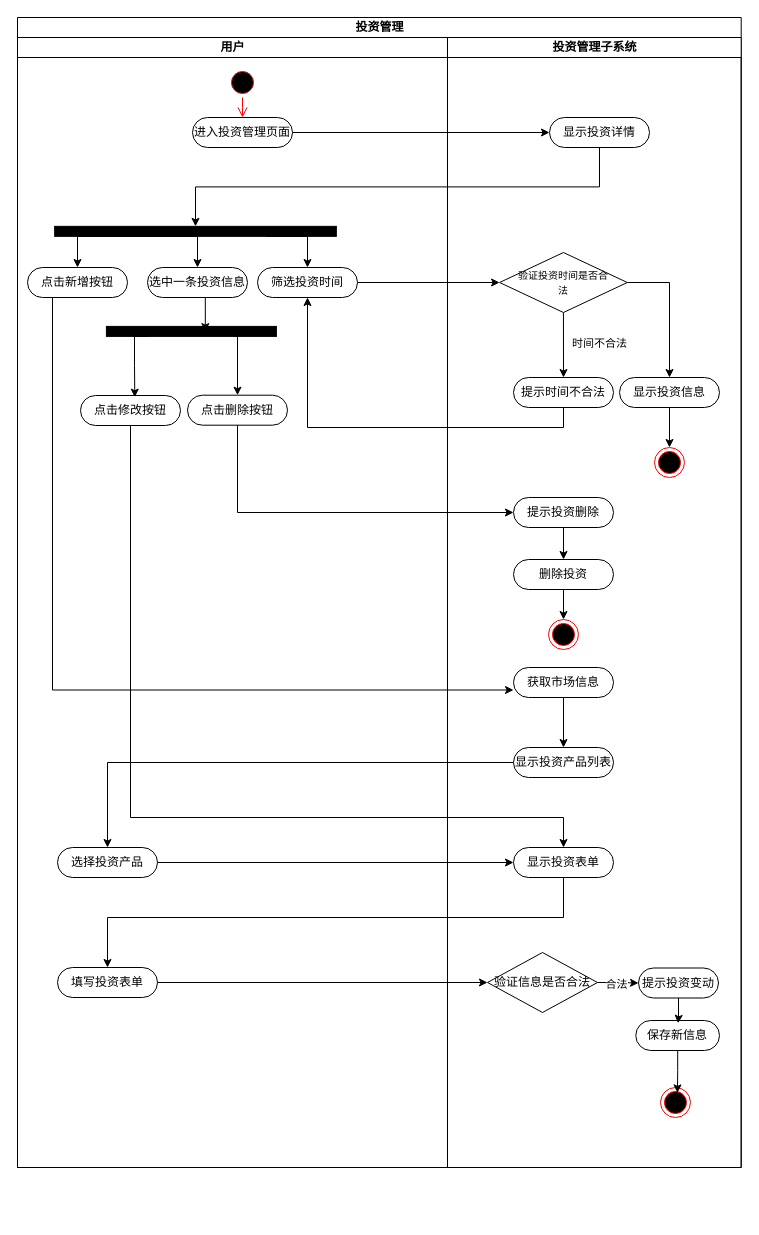
Before: 投资管理活动图.drawio in PomeloLemon/SoftwareDiagrams, a draw.io diagram. Source tidied: cells renumbered, new cells numbered last; positions are measured from the earlier drawing's top-left corner, leaving out a move shared by most shapes. Both pictures are drawn from the tidied source at 100%, with x=0, y=0 at pixel (17, 17).
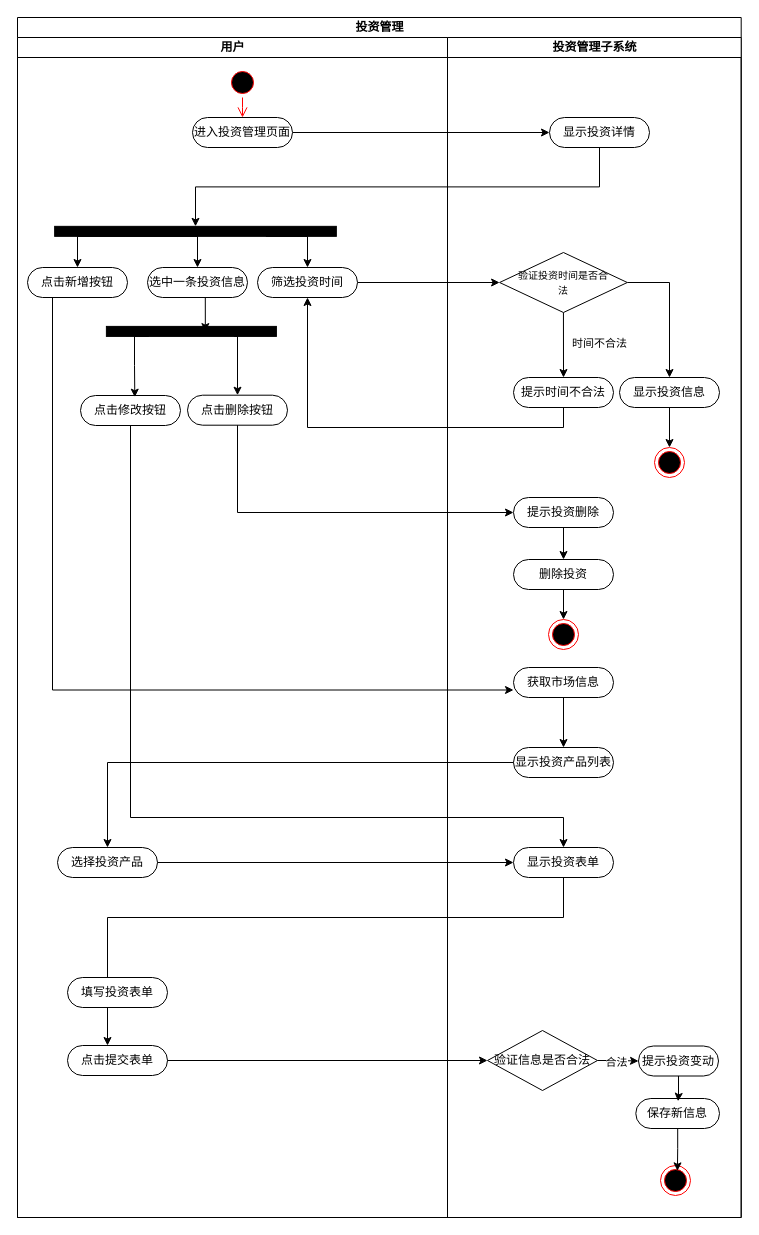
The same page after the edit.

Commit message:
更新投资管理活动图.drawio

The change refers to these unchanged cells:
```xml
<mxCell id="49" value="显示投资表单" style="rounded=1;whiteSpace=wrap;html=1;shadow=0;comic=0;labelBackgroundColor=none;strokeWidth=1;fontFamily=Verdana;fontSize=12;align=center;arcSize=50;" parent="24" vertex="1">
  <mxGeometry x="66" y="810" width="100" height="30" as="geometry" />
</mxCell>
```

Diff of the diagram source:
```diff
@@
     <mxCell id="2" value="投资管理" style="swimlane;startSize=20;html=1;" parent="1" vertex="1">
-      <mxGeometry width="723.7" height="1150" as="geometry" />
+      <mxGeometry width="723.7" height="1200" as="geometry" />
     </mxCell>
@@
     <mxCell id="6" value="用户" style="swimlane;startSize=20;html=1;" parent="2" vertex="1">
-      <mxGeometry y="20" width="430" height="1130" as="geometry" />
+      <mxGeometry y="20" width="430" height="1180" as="geometry" />
     </mxCell>
@@
+    <mxCell id="57" value="点击提交表单" style="rounded=1;whiteSpace=wrap;html=1;shadow=0;comic=0;labelBackgroundColor=none;strokeWidth=1;fontFamily=Verdana;fontSize=12;align=center;arcSize=50;" parent="6" vertex="1">
+      <mxGeometry x="50" y="1008" width="100" height="30" as="geometry" />
+    </mxCell>
     <mxCell id="24" value="投资管理子系统" style="swimlane;startSize=20;html=1;" parent="2" vertex="1">
-      <mxGeometry x="430" y="20" width="293.7" height="1130" as="geometry" />
+      <mxGeometry x="430" y="20" width="293.7" height="1180" as="geometry" />
     </mxCell>
@@
     <mxCell id="41" value="验证信息是否合法" style="rhombus;whiteSpace=wrap;html=1;" parent="24" vertex="1">
-      <mxGeometry x="40" y="915" width="110" height="60" as="geometry" />
+      <mxGeometry x="40" y="993" width="110" height="60" as="geometry" />
     </mxCell>
     <mxCell id="42" value="提示投资变动" style="rounded=1;whiteSpace=wrap;html=1;shadow=0;comic=0;labelBackgroundColor=none;strokeWidth=1;fontFamily=Verdana;fontSize=12;align=center;arcSize=50;" parent="24" vertex="1">
-      <mxGeometry x="191" y="930.5" width="80" height="30" as="geometry" />
+      <mxGeometry x="191" y="1008.5" width="80" height="30" as="geometry" />
     </mxCell>
@@
     <mxCell id="45" value="保存新信息" style="rounded=1;whiteSpace=wrap;html=1;shadow=0;comic=0;labelBackgroundColor=none;strokeWidth=1;fontFamily=Verdana;fontSize=12;align=center;arcSize=50;" parent="24" vertex="1">
-      <mxGeometry x="188.3" y="983" width="83.7" height="30" as="geometry" />
+      <mxGeometry x="188.3" y="1061" width="83.7" height="30" as="geometry" />
     </mxCell>
@@
     <mxCell id="47" style="ellipse;html=1;shape=endState;fillColor=#000000;strokeColor=#ff0000;" parent="24" vertex="1">
-      <mxGeometry x="213" y="1050" width="30" height="30" as="geometry" />
+      <mxGeometry x="213" y="1128" width="30" height="30" as="geometry" />
     </mxCell>
@@
-    <mxCell id="57" value="填写投资表单" style="rounded=1;whiteSpace=wrap;html=1;shadow=0;comic=0;labelBackgroundColor=none;strokeWidth=1;fontFamily=Verdana;fontSize=12;align=center;arcSize=50;" parent="1" vertex="1">
-      <mxGeometry x="40" y="950" width="100" height="30" as="geometry" />
-    </mxCell>
+    <mxCell id="59" style="edgeStyle=orthogonalEdgeStyle;rounded=0;jettySize=auto;html=1;" parent="2" edge="1" source="49" target="57">
+      <mxGeometry relative="1" as="geometry">
+        <Array as="points">
+          <mxPoint x="546" y="900" />
+          <mxPoint x="90" y="900" />
+        </Array>
+      </mxGeometry>
+    </mxCell>
-    <mxCell id="58" style="edgeStyle=orthogonalEdgeStyle;rounded=0;jettySize=auto;html=1;entryX=0;entryY=0.5;entryDx=0;entryDy=0;" parent="1" edge="1" source="57" target="41">
+    <mxCell id="58" style="edgeStyle=orthogonalEdgeStyle;rounded=0;jettySize=auto;html=1;entryX=0;entryY=0.5;entryDx=0;entryDy=0;" parent="2" edge="1" source="57" target="41">
       <mxGeometry relative="1" as="geometry" />
     </mxCell>
-    <mxCell id="59" style="edgeStyle=orthogonalEdgeStyle;rounded=0;jettySize=auto;html=1;" parent="1" edge="1" source="49" target="57">
-      <mxGeometry relative="1" as="geometry">
-        <Array as="points">
-          <mxPoint x="546" y="900" />
-          <mxPoint x="90" y="900" />
-        </Array>
-      </mxGeometry>
-    </mxCell>
+    <mxCell id="60" value="填写投资表单" style="rounded=1;whiteSpace=wrap;html=1;shadow=0;comic=0;labelBackgroundColor=none;strokeWidth=1;fontFamily=Verdana;fontSize=12;align=center;arcSize=50;" parent="1" vertex="1">
+      <mxGeometry x="50" y="960" width="100" height="30" as="geometry" />
+    </mxCell>
```
